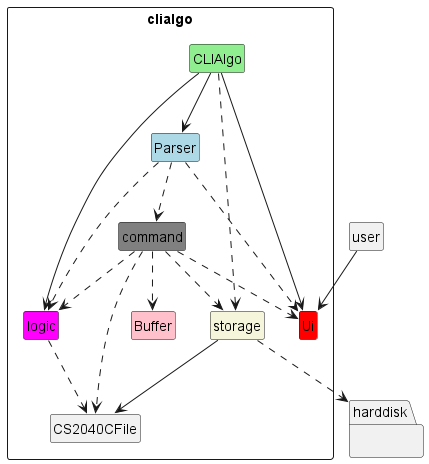
This is docs/class-diagrams/diagrams/ArchitectureDiagram.png from ong-ck/tp, a PlantUML export, as it was before one commit.
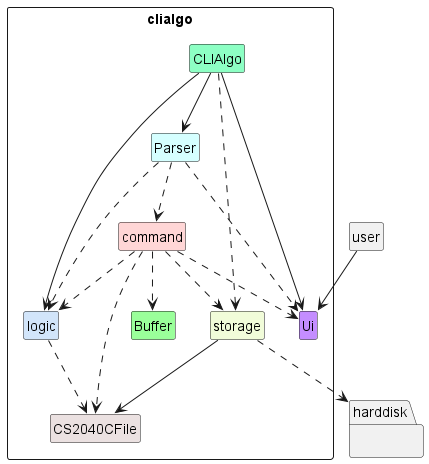
After the commit.

Change to the diagram source:
```diff
@@ -1,4 +1,5 @@
 @startuml
+!include ../../style.iuml
 skinparam classAttributeIconSize 0
 hide empty members
 
@@ -6,29 +7,29 @@
 }
 
 package clialgo <<rectangle>> {
-    class CLIAlgo #lightgreen {
+    class CLIAlgo CLIAlgo_STYLE {
 
     }
 
-    class Parser #lightblue{
+    class Parser Parser_STYLE {
     }
 
-    class Ui #red {
+    class Ui Ui_STYLE {
     }
 
-    class logic #magenta {
+    class logic logic_STYLE {
     }
 
-    class command #grey {
+    class command Command_STYLE {
     }
 
-    class storage #beige {
+    class storage storage_STYLE {
     }
 
-    class Buffer #pink {
+    class Buffer Buffer_STYLE {
     }
 
-    class CS2040CFile {
+    class CS2040CFile CS2040CFile_STYLE {
     }
 }
 package harddisk {
```
